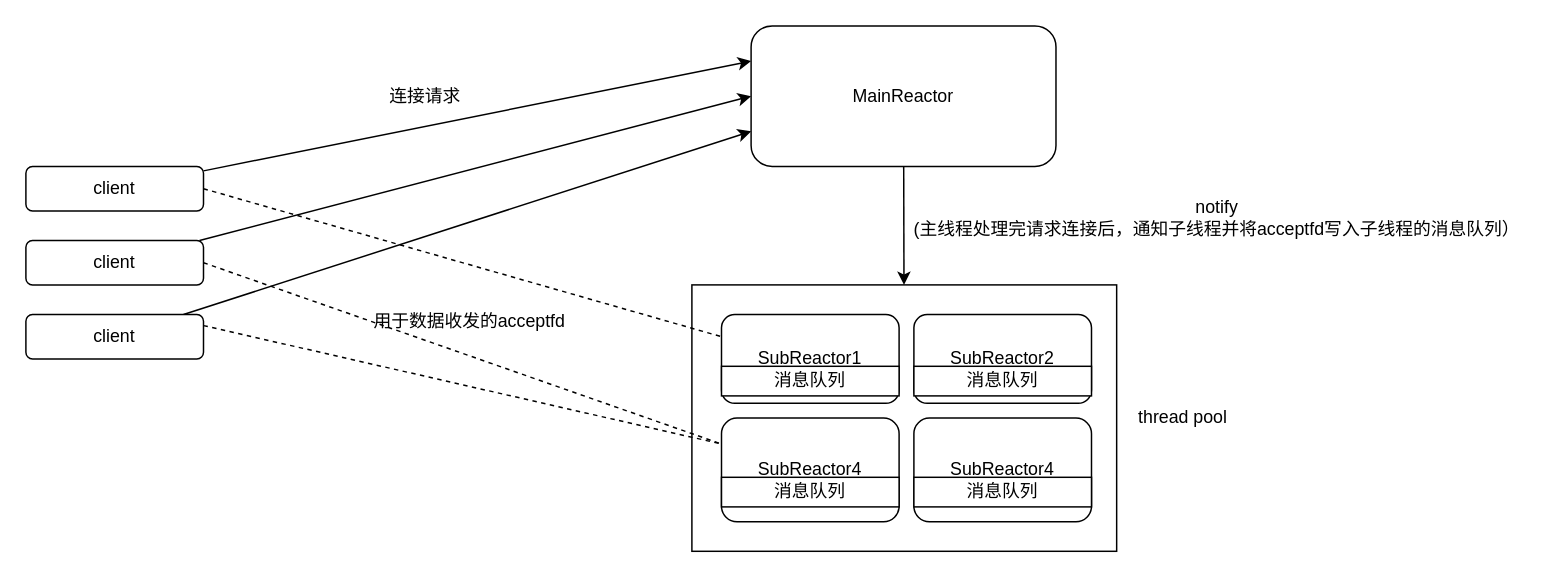
Above: page "Model-1" (2 of 6) of docs/easy_net.drawio in HLhuanglang/eNET (draw.io), before the change. Source tidied: cells renumbered, new cells numbered last; positions are measured from the earlier drawing's top-left corner, leaving out a move shared by most shapes. Both pictures are drawn from the tidied source at 148%, with x=0, y=0 at pixel (25, 25).
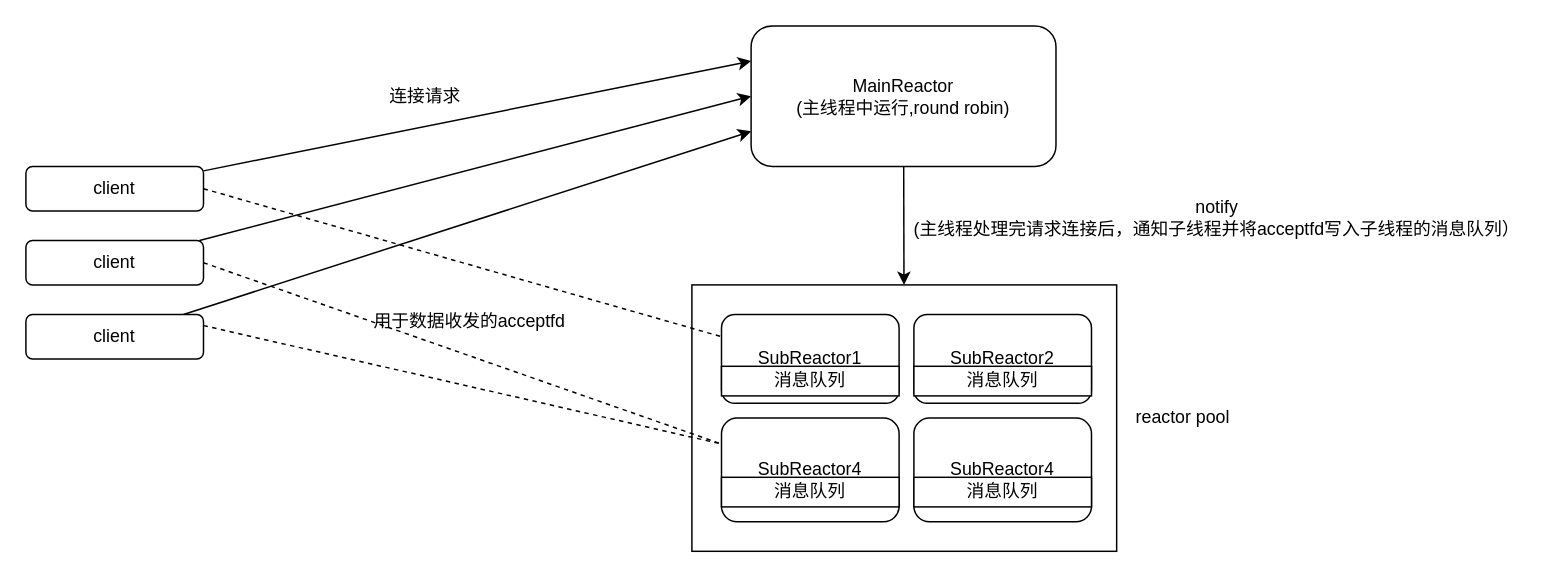
The same page after the edit.

Change to the diagram source:
```diff
@@
-    <mxCell id="10" value="MainReactor" style="rounded=1;whiteSpace=wrap;html=1;" parent="1" vertex="1">
+    <mxCell id="10" value="MainReactor&lt;br&gt;(主线程中运行,round robin)" style="rounded=1;whiteSpace=wrap;html=1;" parent="1" vertex="1">
       <mxGeometry x="490" width="206" height="95" as="geometry" />
     </mxCell>
@@
-    <mxCell id="15" value="thread pool" style="text;html=1;strokeColor=none;fillColor=none;align=center;verticalAlign=middle;whiteSpace=wrap;rounded=0;" parent="1" vertex="1">
+    <mxCell id="15" value="reactor pool" style="text;html=1;strokeColor=none;fillColor=none;align=center;verticalAlign=middle;whiteSpace=wrap;rounded=0;" parent="1" vertex="1">
       <mxGeometry x="737" y="250" width="90" height="30" as="geometry" />
     </mxCell>
```
